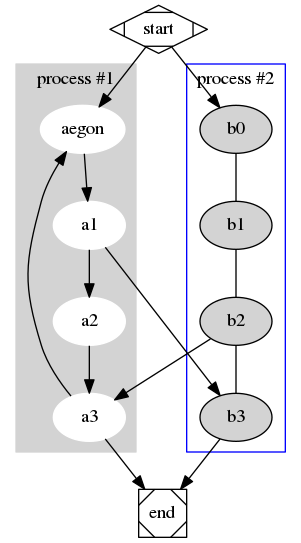
The Graphviz diagram graphviz_notes/test.png in ryanmahoney96/Thesis, before a commit. Its source is kept beside it as graphviz_notes/test.dot. Source of this version:
```dot
digraph G {

	subgraph cluster_0 {
		style=filled;
		color=lightgrey;
		node [style=filled,color=white];
		a0 -> a1 -> a2 -> a3;
		label = "process #1";
	}

	subgraph cluster_1 {
		/*look at style and direction for line types*/
		edge[style=filled,dir=none,weight=100];
		node [style=filled];
		b0 -> b1 -> b2 -> b3;
		label = "process #2";
		color=blue
	}

	start -> a0;
	start -> b0;
	a1 -> b3;
	b2 -> a3;
	a3 -> a0;
	a3 -> end;
	b3 -> end;

	start [shape=Mdiamond];
	end [shape=Msquare];
}
```
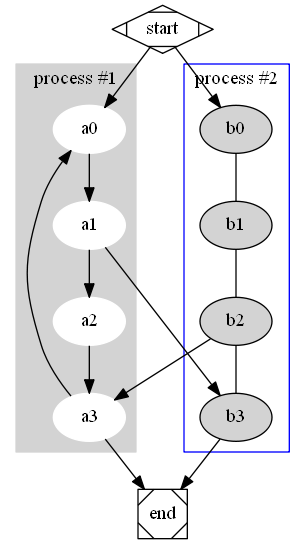
Above is the later version.

Diff of the diagram source:
```diff
@@ -9,7 +9,7 @@
 	}
 
 	subgraph cluster_1 {
-		/*look at style and direction for line types*/
+		/*look at style and directison for line types*/
 		edge[style=filled,dir=none,weight=100];
 		node [style=filled];
 		b0 -> b1 -> b2 -> b3;
```
